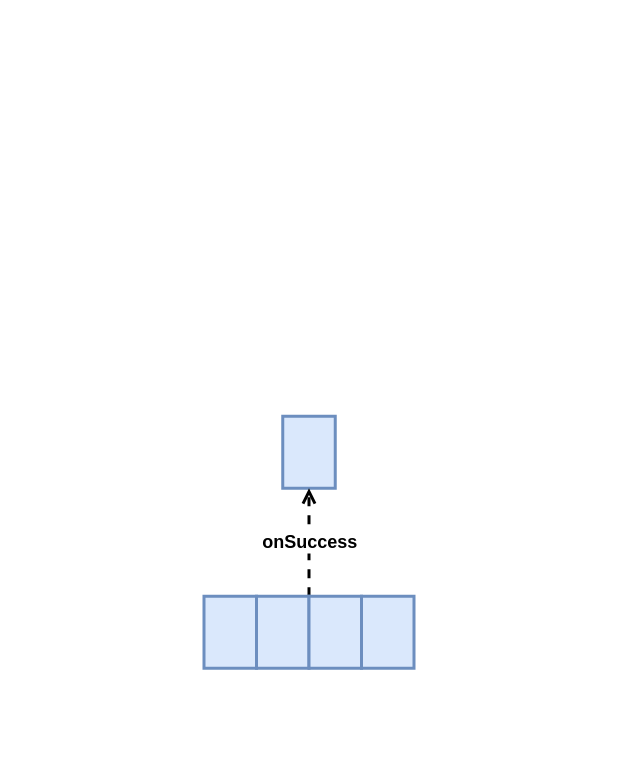
The draw.io diagram page "workflow" (6 of 6) of schedule/machinery.drawio in dovics/draw.io, before the edit. Source tidied: cells renumbered, new cells numbered last; positions are measured from the earlier drawing's top-left corner, leaving out a move shared by most shapes. Both pictures are drawn from the tidied source at 150%, with x=0, y=0 at pixel (204, 416).
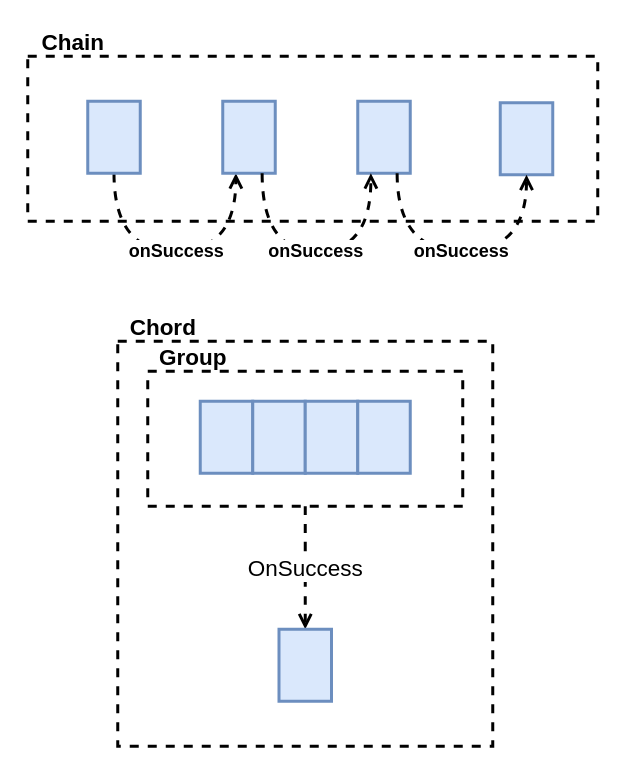
After the change.

Change to the diagram source:
```diff
@@
-    <mxCell id="2" style="rounded=0;whiteSpace=wrap;html=1;fontSize=15;strokeWidth=2;fontFamily=Helvetica;fillColor=#dae8fc;strokeColor=#6c8ebf;" parent="1" vertex="1">
-      <mxGeometry x="52" width="35" height="48" as="geometry" />
-    </mxCell>
-    <mxCell id="3" style="rounded=0;whiteSpace=wrap;html=1;fontSize=15;strokeWidth=2;fontFamily=Helvetica;fillColor=#dae8fc;strokeColor=#6c8ebf;" parent="1" vertex="1">
-      <mxGeometry x="-0.5" y="120" width="35" height="48" as="geometry" />
-    </mxCell>
-    <mxCell id="4" value="onSuccess" style="edgeStyle=orthogonalEdgeStyle;rounded=0;jettySize=auto;html=1;exitX=1;exitY=0;exitDx=0;exitDy=0;entryX=0.5;entryY=1;entryDx=0;entryDy=0;dashed=1;fontFamily=Helvetica;fontSize=12;endArrow=open;endFill=0;strokeWidth=2;fontStyle=1;" parent="1" edge="1" source="5" target="2">
-      <mxGeometry relative="1" as="geometry" />
-    </mxCell>
-    <mxCell id="5" style="rounded=0;whiteSpace=wrap;html=1;fontSize=15;strokeWidth=2;fontFamily=Helvetica;fillColor=#dae8fc;strokeColor=#6c8ebf;" parent="1" vertex="1">
-      <mxGeometry x="34.5" y="120" width="35" height="48" as="geometry" />
-    </mxCell>
-    <mxCell id="6" style="rounded=0;whiteSpace=wrap;html=1;fontSize=15;strokeWidth=2;fontFamily=Helvetica;fillColor=#dae8fc;strokeColor=#6c8ebf;" parent="1" vertex="1">
-      <mxGeometry x="69.5" y="120" width="35" height="48" as="geometry" />
-    </mxCell>
-    <mxCell id="7" style="rounded=0;whiteSpace=wrap;html=1;fontSize=15;strokeWidth=2;fontFamily=Helvetica;fillColor=#dae8fc;strokeColor=#6c8ebf;" parent="1" vertex="1">
-      <mxGeometry x="104.5" y="120" width="35" height="48" as="geometry" />
-    </mxCell>
+    <mxCell id="8" style="rounded=0;whiteSpace=wrap;html=1;fontSize=15;strokeWidth=2;dashed=1;fillColor=none;" parent="1" vertex="1">
+      <mxGeometry x="-58" y="-50" width="250" height="270" as="geometry" />
+    </mxCell>
+    <mxCell id="9" style="rounded=0;whiteSpace=wrap;html=1;fontSize=15;strokeWidth=2;dashed=1;fillColor=none;" parent="1" vertex="1">
+      <mxGeometry x="-118" y="-240" width="380" height="110" as="geometry" />
+    </mxCell>
+    <mxCell id="10" value="onSuccess" style="edgeStyle=orthogonalEdgeStyle;curved=1;rounded=0;jettySize=auto;html=1;exitX=0.5;exitY=1;exitDx=0;exitDy=0;entryX=0.25;entryY=1;entryDx=0;entryDy=0;dashed=1;strokeWidth=2;endArrow=open;endFill=0;fontStyle=1;fontSize=12;" parent="1" edge="1" source="11" target="12">
+      <mxGeometry relative="1" as="geometry">
+        <Array as="points">
+          <mxPoint x="-60" y="-110" />
+          <mxPoint x="21" y="-110" />
+        </Array>
+      </mxGeometry>
+    </mxCell>
+    <mxCell id="11" style="rounded=0;whiteSpace=wrap;html=1;fontSize=15;strokeWidth=2;fillColor=#dae8fc;strokeColor=#6c8ebf;" parent="1" vertex="1">
+      <mxGeometry x="-78" y="-210" width="35" height="48" as="geometry" />
+    </mxCell>
+    <mxCell id="12" style="rounded=0;whiteSpace=wrap;html=1;fontSize=15;strokeWidth=2;fillColor=#dae8fc;strokeColor=#6c8ebf;" parent="1" vertex="1">
+      <mxGeometry x="12" y="-210" width="35" height="48" as="geometry" />
+    </mxCell>
+    <mxCell id="13" style="rounded=0;whiteSpace=wrap;html=1;fontSize=15;strokeWidth=2;fillColor=#dae8fc;strokeColor=#6c8ebf;" parent="1" vertex="1">
+      <mxGeometry x="102" y="-210" width="35" height="48" as="geometry" />
+    </mxCell>
+    <mxCell id="14" style="rounded=0;whiteSpace=wrap;html=1;fontSize=15;strokeWidth=2;fillColor=#dae8fc;strokeColor=#6c8ebf;" parent="1" vertex="1">
+      <mxGeometry x="197" y="-209" width="35" height="48" as="geometry" />
+    </mxCell>
+    <mxCell id="15" value="onSuccess" style="edgeStyle=orthogonalEdgeStyle;curved=1;rounded=0;jettySize=auto;html=1;entryX=0.25;entryY=1;entryDx=0;entryDy=0;dashed=1;strokeWidth=2;endArrow=open;endFill=0;fontStyle=1;fontSize=12;exitX=0.75;exitY=1;exitDx=0;exitDy=0;" parent="1" edge="1" source="12" target="13">
+      <mxGeometry relative="1" as="geometry">
+        <Array as="points">
+          <mxPoint x="38" y="-110" />
+          <mxPoint x="111" y="-110" />
+        </Array>
+      </mxGeometry>
+    </mxCell>
+    <mxCell id="16" value="onSuccess" style="edgeStyle=orthogonalEdgeStyle;curved=1;rounded=0;jettySize=auto;html=1;entryX=0.5;entryY=1;entryDx=0;entryDy=0;dashed=1;strokeWidth=2;endArrow=open;endFill=0;fontStyle=1;fontSize=12;exitX=0.75;exitY=1;exitDx=0;exitDy=0;" parent="1" edge="1" source="13" target="14">
+      <mxGeometry relative="1" as="geometry">
+        <Array as="points">
+          <mxPoint x="128" y="-110" />
+          <mxPoint x="215" y="-110" />
+        </Array>
+      </mxGeometry>
+    </mxCell>
+    <mxCell id="17" value="Chain" style="text;html=1;align=center;verticalAlign=middle;strokeColor=none;fillColor=none;fontSize=15;fontStyle=1;" parent="1" vertex="1">
+      <mxGeometry x="-118" y="-260" width="60" height="20" as="geometry" />
+    </mxCell>
+    <mxCell id="18" style="rounded=0;whiteSpace=wrap;html=1;fontSize=15;strokeWidth=2;fillColor=#dae8fc;strokeColor=#6c8ebf;" parent="1" vertex="1">
+      <mxGeometry x="-3" y="-10" width="35" height="48" as="geometry" />
+    </mxCell>
+    <mxCell id="19" style="rounded=0;whiteSpace=wrap;html=1;fontSize=15;strokeWidth=2;fillColor=#dae8fc;strokeColor=#6c8ebf;" parent="1" vertex="1">
+      <mxGeometry x="32" y="-10" width="35" height="48" as="geometry" />
+    </mxCell>
+    <mxCell id="20" style="rounded=0;whiteSpace=wrap;html=1;fontSize=15;strokeWidth=2;fillColor=#dae8fc;strokeColor=#6c8ebf;" parent="1" vertex="1">
+      <mxGeometry x="67" y="-10" width="35" height="48" as="geometry" />
+    </mxCell>
+    <mxCell id="21" style="rounded=0;whiteSpace=wrap;html=1;fontSize=15;strokeWidth=2;fillColor=#dae8fc;strokeColor=#6c8ebf;" parent="1" vertex="1">
+      <mxGeometry x="102" y="-10" width="35" height="48" as="geometry" />
+    </mxCell>
+    <mxCell id="22" value="OnSuccess" style="edgeStyle=orthogonalEdgeStyle;curved=1;rounded=0;jettySize=auto;html=1;exitX=0.5;exitY=1;exitDx=0;exitDy=0;entryX=0.5;entryY=0;entryDx=0;entryDy=0;dashed=1;fontSize=15;endArrow=open;endFill=0;strokeWidth=2;" parent="1" edge="1" source="23" target="25">
+      <mxGeometry relative="1" as="geometry" />
+    </mxCell>
+    <mxCell id="23" style="rounded=0;whiteSpace=wrap;html=1;fontSize=15;strokeWidth=2;dashed=1;fillColor=none;" parent="1" vertex="1">
+      <mxGeometry x="-38" y="-30" width="210" height="90" as="geometry" />
+    </mxCell>
+    <mxCell id="24" value="Group" style="text;html=1;align=center;verticalAlign=middle;strokeColor=none;fillColor=none;fontSize=15;fontStyle=1;" parent="1" vertex="1">
+      <mxGeometry x="-38" y="-50" width="60" height="20" as="geometry" />
+    </mxCell>
+    <mxCell id="25" style="rounded=0;whiteSpace=wrap;html=1;fontSize=15;strokeWidth=2;fillColor=#dae8fc;strokeColor=#6c8ebf;" parent="1" vertex="1">
+      <mxGeometry x="49.5" y="142" width="35" height="48" as="geometry" />
+    </mxCell>
+    <mxCell id="26" value="Chord" style="text;html=1;align=center;verticalAlign=middle;strokeColor=none;fillColor=none;fontSize=15;fontStyle=1;" parent="1" vertex="1">
+      <mxGeometry x="-58" y="-70" width="60" height="20" as="geometry" />
+    </mxCell>
```
